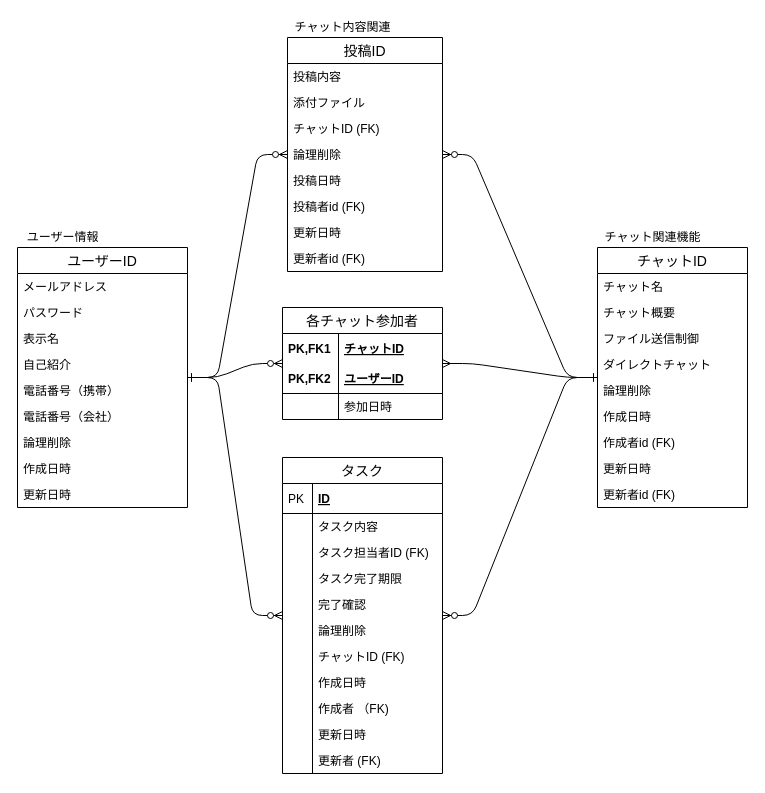
Earlier version of the draw.io diagram db/db-challenge1/chatWork.dio (Odachannnn/quelcode-db). Source tidied: cells renumbered, new cells numbered last; positions are measured from the earlier drawing's top-left corner, leaving out a move shared by most shapes. Both pictures are drawn from the tidied source at 100%, with x=0, y=0 at pixel (17, 17).
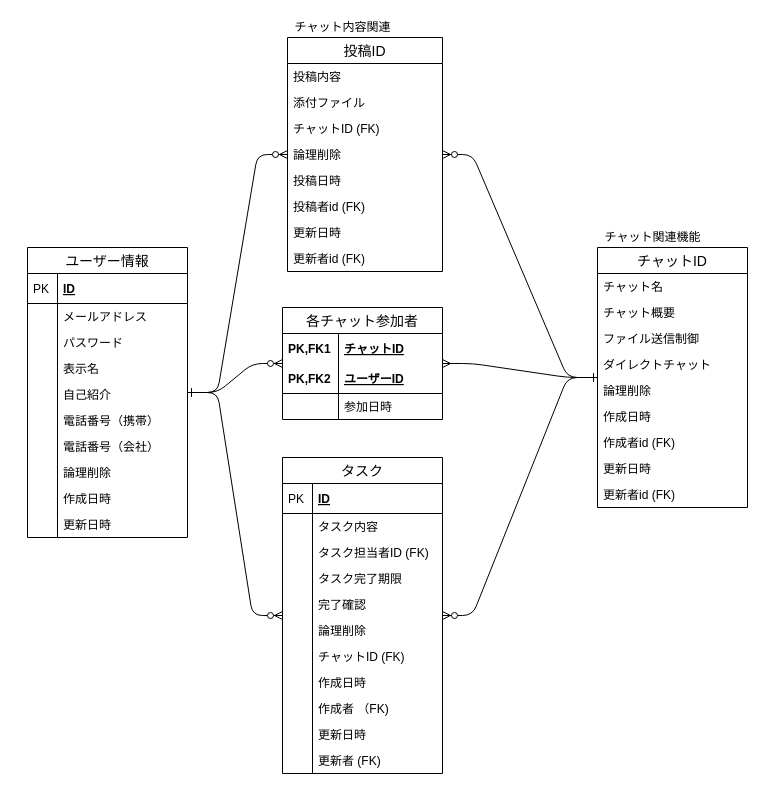
The same page after the edit.

Commit message:
update ユーザー情報の図式の修正、テーブルの名称の変更

Unchanged cells that the change refers to:
```xml
<mxCell id="10" value="投稿ID" style="swimlane;fontStyle=0;horizontal=1;startSize=26;align=center;fontSize=14;" parent="1" vertex="1">
  <mxGeometry x="270" y="20" width="155" height="234" as="geometry" />
</mxCell>
<mxCell id="40" value="各チャット参加者" style="swimlane;fontStyle=0;horizontal=1;startSize=26;align=center;fontSize=14;" parent="1" vertex="1">
  <mxGeometry x="265" y="290" width="160" height="112" as="geometry" />
</mxCell>
<mxCell id="47" value="タスク" style="swimlane;fontStyle=0;horizontal=1;startSize=26;align=center;fontSize=14;" parent="1" vertex="1">
  <mxGeometry x="265" y="440" width="160" height="316" as="geometry" />
</mxCell>
```

Diff of the diagram source:
```diff
@@
-    <mxCell id="2" value="ユーザー情報" style="text;html=1;align=center;verticalAlign=middle;points=[];fillColor=none;strokeColor=none;rounded=0;" parent="1" vertex="1">
-      <mxGeometry y="210" width="90" height="20" as="geometry" />
-    </mxCell>
@@
-    <mxCell id="5" style="edgeStyle=entityRelationEdgeStyle;fontSize=12;html=1;endArrow=ERzeroToMany;startArrow=ERone;startFill=0;" parent="1" edge="1" source="19" target="40">
+    <mxCell id="5" style="edgeStyle=entityRelationEdgeStyle;fontSize=12;html=1;endArrow=ERzeroToMany;startArrow=ERone;startFill=0;" parent="1" edge="1" source="2" target="40">
       <mxGeometry relative="1" as="geometry" />
     </mxCell>
@@
-    <mxCell id="8" style="edgeStyle=entityRelationEdgeStyle;fontSize=12;html=1;endArrow=ERzeroToMany;startArrow=ERone;startFill=0;" parent="1" edge="1" source="19" target="10">
+    <mxCell id="8" style="edgeStyle=entityRelationEdgeStyle;fontSize=12;html=1;endArrow=ERzeroToMany;startArrow=ERone;startFill=0;" parent="1" edge="1" source="2" target="10">
       <mxGeometry relative="1" as="geometry" />
     </mxCell>
-    <mxCell id="9" style="edgeStyle=entityRelationEdgeStyle;fontSize=12;html=1;endArrow=ERzeroToMany;startArrow=ERone;startFill=0;" parent="1" edge="1" source="19" target="47">
+    <mxCell id="9" style="edgeStyle=entityRelationEdgeStyle;fontSize=12;html=1;endArrow=ERzeroToMany;startArrow=ERone;startFill=0;" parent="1" edge="1" source="2" target="47">
       <mxGeometry relative="1" as="geometry" />
     </mxCell>
@@
-    <mxCell id="19" value="ユーザーID" style="swimlane;fontStyle=0;horizontal=1;startSize=26;align=center;fontSize=14;" parent="1" vertex="1">
-      <mxGeometry y="230" width="170" height="260" as="geometry" />
-    </mxCell>
-    <mxCell id="20" value="メールアドレス" style="text;strokeColor=none;fillColor=none;spacingLeft=4;spacingRight=4;overflow=hidden;fontSize=12;" parent="19" vertex="1">
-      <mxGeometry y="26" width="170" height="26" as="geometry" />
-    </mxCell>
-    <mxCell id="21" value="パスワード" style="text;strokeColor=none;fillColor=none;spacingLeft=4;spacingRight=4;overflow=hidden;fontSize=12;" parent="19" vertex="1">
-      <mxGeometry y="52" width="170" height="26" as="geometry" />
-    </mxCell>
-    <mxCell id="22" value="表示名" style="text;strokeColor=none;fillColor=none;spacingLeft=4;spacingRight=4;overflow=hidden;fontSize=12;" parent="19" vertex="1">
-      <mxGeometry y="78" width="170" height="26" as="geometry" />
-    </mxCell>
-    <mxCell id="23" value="自己紹介" style="text;strokeColor=none;fillColor=none;spacingLeft=4;spacingRight=4;overflow=hidden;fontSize=12;" parent="19" vertex="1">
-      <mxGeometry y="104" width="170" height="26" as="geometry" />
-    </mxCell>
-    <mxCell id="24" value="電話番号（携帯）" style="text;strokeColor=none;fillColor=none;spacingLeft=4;spacingRight=4;overflow=hidden;fontSize=12;" parent="19" vertex="1">
-      <mxGeometry y="130" width="170" height="26" as="geometry" />
-    </mxCell>
-    <mxCell id="25" value="電話番号（会社）" style="text;strokeColor=none;fillColor=none;spacingLeft=4;spacingRight=4;overflow=hidden;fontSize=12;" parent="19" vertex="1">
-      <mxGeometry y="156" width="170" height="26" as="geometry" />
-    </mxCell>
-    <mxCell id="26" value="論理削除" style="text;strokeColor=none;fillColor=none;spacingLeft=4;spacingRight=4;overflow=hidden;fontSize=12;" parent="19" vertex="1">
-      <mxGeometry y="182" width="170" height="26" as="geometry" />
-    </mxCell>
-    <mxCell id="27" value="作成日時" style="text;strokeColor=none;fillColor=none;spacingLeft=4;spacingRight=4;overflow=hidden;fontSize=12;" parent="19" vertex="1">
-      <mxGeometry y="208" width="170" height="26" as="geometry" />
-    </mxCell>
-    <mxCell id="28" value="更新日時" style="text;strokeColor=none;fillColor=none;spacingLeft=4;spacingRight=4;overflow=hidden;fontSize=12;" parent="19" vertex="1">
-      <mxGeometry y="234" width="170" height="26" as="geometry" />
-    </mxCell>
@@
+    <mxCell id="2" value="ユーザー情報" style="swimlane;fontStyle=0;horizontal=1;startSize=26;align=center;fontSize=14;" parent="1" vertex="1">
+      <mxGeometry x="10" y="230" width="160" height="290" as="geometry" />
+    </mxCell>
+    <mxCell id="70" value="ID" style="shape=partialRectangle;top=0;left=0;right=0;bottom=1;align=left;verticalAlign=middle;fillColor=none;spacingLeft=34;spacingRight=4;overflow=hidden;fontStyle=5;fontSize=12;" parent="2" vertex="1">
+      <mxGeometry y="26" width="160" height="30" as="geometry" />
+    </mxCell>
+    <mxCell id="71" value="PK" style="shape=partialRectangle;top=0;left=0;bottom=0;fillColor=none;align=left;verticalAlign=middle;spacingLeft=4;spacingRight=4;overflow=hidden;fontSize=12;" parent="70" vertex="1">
+      <mxGeometry width="30" height="30" as="geometry" />
+    </mxCell>
+    <mxCell id="20" value="メールアドレス" style="shape=partialRectangle;top=0;left=0;right=0;bottom=0;align=left;verticalAlign=top;fillColor=none;spacingLeft=34;spacingRight=4;overflow=hidden;fontSize=12;" parent="2" vertex="1">
+      <mxGeometry y="56" width="160" height="26" as="geometry" />
+    </mxCell>
+    <mxCell id="72" style="shape=partialRectangle;top=0;left=0;bottom=0;fillColor=none;align=left;verticalAlign=top;spacingLeft=4;spacingRight=4;overflow=hidden;fontSize=12;" parent="20" vertex="1">
+      <mxGeometry width="30" height="26" as="geometry" />
+    </mxCell>
+    <mxCell id="21" value="パスワード" style="shape=partialRectangle;top=0;left=0;right=0;bottom=0;align=left;verticalAlign=top;fillColor=none;spacingLeft=34;spacingRight=4;overflow=hidden;fontSize=12;" parent="2" vertex="1">
+      <mxGeometry y="82" width="160" height="26" as="geometry" />
+    </mxCell>
+    <mxCell id="73" style="shape=partialRectangle;top=0;left=0;bottom=0;fillColor=none;align=left;verticalAlign=top;spacingLeft=4;spacingRight=4;overflow=hidden;fontSize=12;" parent="21" vertex="1">
+      <mxGeometry width="30" height="26" as="geometry" />
+    </mxCell>
+    <mxCell id="22" value="表示名" style="shape=partialRectangle;top=0;left=0;right=0;bottom=0;align=left;verticalAlign=top;fillColor=none;spacingLeft=34;spacingRight=4;overflow=hidden;fontSize=12;" parent="2" vertex="1">
+      <mxGeometry y="108" width="160" height="26" as="geometry" />
+    </mxCell>
+    <mxCell id="74" style="shape=partialRectangle;top=0;left=0;bottom=0;fillColor=none;align=left;verticalAlign=top;spacingLeft=4;spacingRight=4;overflow=hidden;fontSize=12;" parent="22" vertex="1">
+      <mxGeometry width="30" height="26" as="geometry" />
+    </mxCell>
+    <mxCell id="23" value="自己紹介" style="shape=partialRectangle;top=0;left=0;right=0;bottom=0;align=left;verticalAlign=top;fillColor=none;spacingLeft=34;spacingRight=4;overflow=hidden;fontSize=12;" parent="2" vertex="1">
+      <mxGeometry y="134" width="160" height="26" as="geometry" />
+    </mxCell>
+    <mxCell id="75" style="shape=partialRectangle;top=0;left=0;bottom=0;fillColor=none;align=left;verticalAlign=top;spacingLeft=4;spacingRight=4;overflow=hidden;fontSize=12;" parent="23" vertex="1">
+      <mxGeometry width="30" height="26" as="geometry" />
+    </mxCell>
+    <mxCell id="24" value="電話番号（携帯）" style="shape=partialRectangle;top=0;left=0;right=0;bottom=0;align=left;verticalAlign=top;fillColor=none;spacingLeft=34;spacingRight=4;overflow=hidden;fontSize=12;" parent="2" vertex="1">
+      <mxGeometry y="160" width="160" height="26" as="geometry" />
+    </mxCell>
+    <mxCell id="76" style="shape=partialRectangle;top=0;left=0;bottom=0;fillColor=none;align=left;verticalAlign=top;spacingLeft=4;spacingRight=4;overflow=hidden;fontSize=12;" parent="24" vertex="1">
+      <mxGeometry width="30" height="26" as="geometry" />
+    </mxCell>
+    <mxCell id="25" value="電話番号（会社）" style="shape=partialRectangle;top=0;left=0;right=0;bottom=0;align=left;verticalAlign=top;fillColor=none;spacingLeft=34;spacingRight=4;overflow=hidden;fontSize=12;" parent="2" vertex="1">
+      <mxGeometry y="186" width="160" height="26" as="geometry" />
+    </mxCell>
+    <mxCell id="77" style="shape=partialRectangle;top=0;left=0;bottom=0;fillColor=none;align=left;verticalAlign=top;spacingLeft=4;spacingRight=4;overflow=hidden;fontSize=12;" parent="25" vertex="1">
+      <mxGeometry width="30" height="26" as="geometry" />
+    </mxCell>
+    <mxCell id="26" value="論理削除" style="shape=partialRectangle;top=0;left=0;right=0;bottom=0;align=left;verticalAlign=top;fillColor=none;spacingLeft=34;spacingRight=4;overflow=hidden;fontSize=12;" parent="2" vertex="1">
+      <mxGeometry y="212" width="160" height="26" as="geometry" />
+    </mxCell>
+    <mxCell id="78" style="shape=partialRectangle;top=0;left=0;bottom=0;fillColor=none;align=left;verticalAlign=top;spacingLeft=4;spacingRight=4;overflow=hidden;fontSize=12;" parent="26" vertex="1">
+      <mxGeometry width="30" height="26" as="geometry" />
+    </mxCell>
+    <mxCell id="27" value="作成日時" style="shape=partialRectangle;top=0;left=0;right=0;bottom=0;align=left;verticalAlign=top;fillColor=none;spacingLeft=34;spacingRight=4;overflow=hidden;fontSize=12;" parent="2" vertex="1">
+      <mxGeometry y="238" width="160" height="26" as="geometry" />
+    </mxCell>
+    <mxCell id="79" style="shape=partialRectangle;top=0;left=0;bottom=0;fillColor=none;align=left;verticalAlign=top;spacingLeft=4;spacingRight=4;overflow=hidden;fontSize=12;" parent="27" vertex="1">
+      <mxGeometry width="30" height="26" as="geometry" />
+    </mxCell>
+    <mxCell id="28" value="更新日時" style="shape=partialRectangle;top=0;left=0;right=0;bottom=0;align=left;verticalAlign=top;fillColor=none;spacingLeft=34;spacingRight=4;overflow=hidden;fontSize=12;" parent="2" vertex="1">
+      <mxGeometry y="264" width="160" height="26" as="geometry" />
+    </mxCell>
+    <mxCell id="80" style="shape=partialRectangle;top=0;left=0;bottom=0;fillColor=none;align=left;verticalAlign=top;spacingLeft=4;spacingRight=4;overflow=hidden;fontSize=12;" parent="28" vertex="1">
+      <mxGeometry width="30" height="26" as="geometry" />
+    </mxCell>
```
